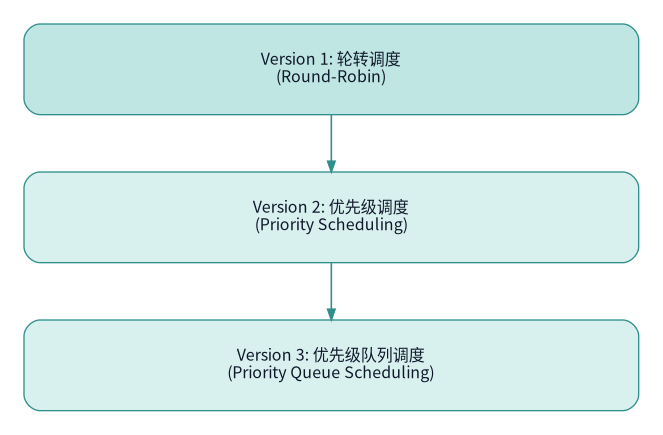
gan-rui-lin/xv6-lab keeps this Graphviz diagram as docs/scheduler-evolution.png. Above is the earlier version. Its source is kept beside it as docs/scheduler-evolution.dot. Its diagram source:
```dot
digraph SchedulerEvolution {
  graph [
    rankdir=TB,
    bgcolor="transparent",
    pad="0.25",
    nodesep="0.60",
    ranksep="0.60"
  ];
  edge [color="#2f8f8a", penwidth=1.2, arrowsize=0.8];
  node [
    shape=box,
    style="rounded,filled",
    fillcolor="#bfe6e3",
    color="#2f8f8a",
    fontcolor="#0f172a",
    fontname="Noto Sans CJK SC",
    fontsize=12,
    margin="0.18,0.12",
    fixedsize=true,
    width=6.4,
    height=0.95
  ];

  v1 [label="Version 1: 轮转调度\n(Round-Robin)"];
  v2 [label="Version 2: 优先级调度\n(Priority Scheduling)", fillcolor="#d8f1ef"];
  v3 [label="Version 3: 优先级队列调度\n(Priority Queue Scheduling)", fillcolor="#d8f1ef"];

  v1 -> v2;
  v2 -> v3;
}
```
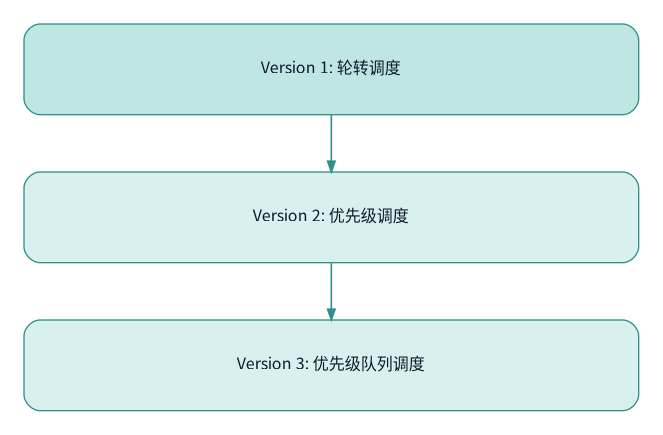
After the change.

Diff of the diagram source:
```diff
@@ -21,9 +21,9 @@
     height=0.95
   ];
 
-  v1 [label="Version 1: 轮转调度\n(Round-Robin)"];
-  v2 [label="Version 2: 优先级调度\n(Priority Scheduling)", fillcolor="#d8f1ef"];
-  v3 [label="Version 3: 优先级队列调度\n(Priority Queue Scheduling)", fillcolor="#d8f1ef"];
+  v1 [label="Version 1: 轮转调度"];
+  v2 [label="Version 2: 优先级调度", fillcolor="#d8f1ef"];
+  v3 [label="Version 3: 优先级队列调度", fillcolor="#d8f1ef"];
 
   v1 -> v2;
   v2 -> v3;
```
